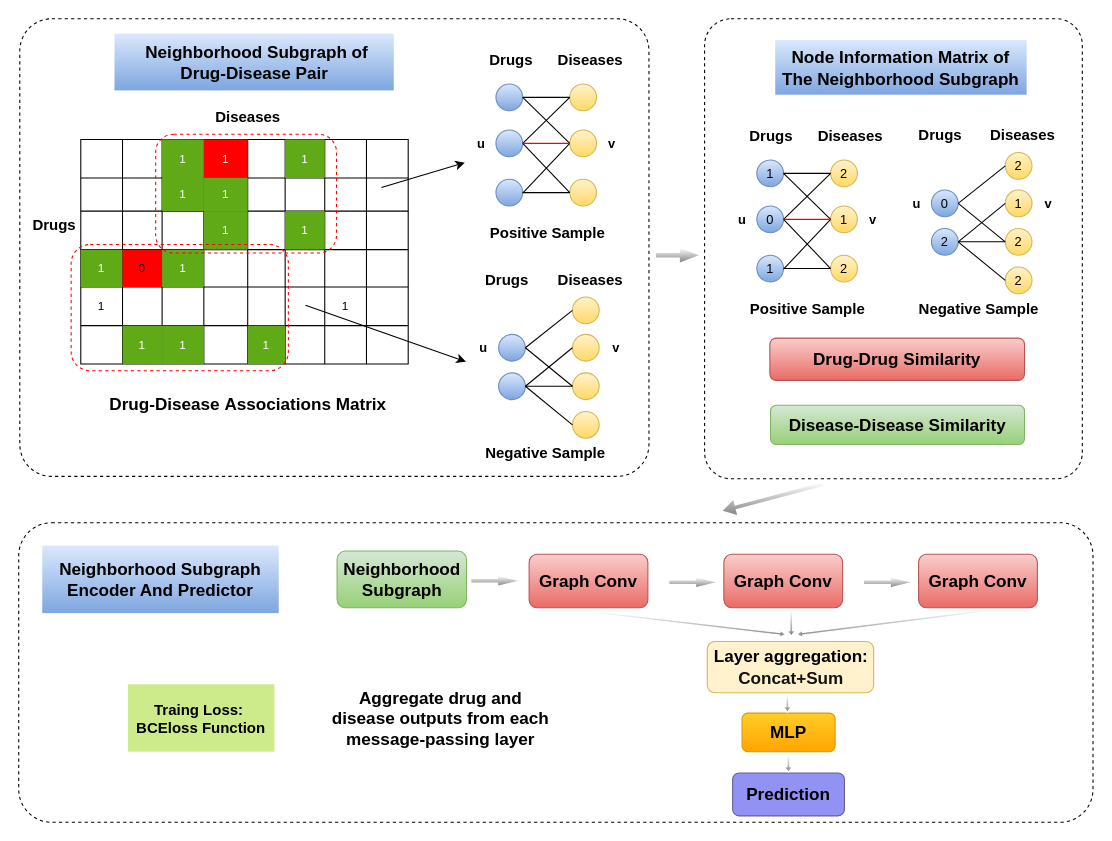
The draw.io diagram page "第 3 页" (3 of 4) of 未命名绘图.drawio in nanfengk/hello-world, before the edit. Source tidied: cells renumbered, new cells numbered last; positions are measured from the earlier drawing's top-left corner, leaving out a move shared by most shapes. Both pictures are drawn from the tidied source at 107%, with x=0, y=0 at pixel (18, 18).
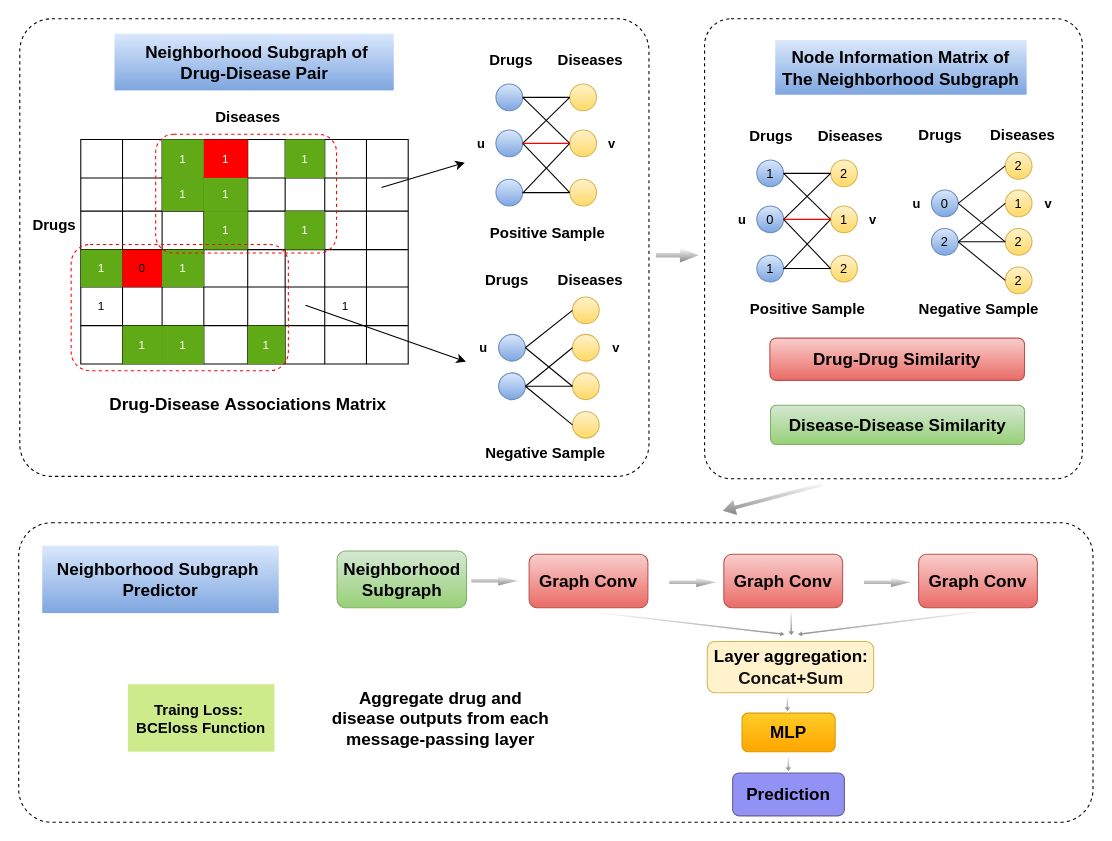
Above is the later version.

What changed in the source:
```diff
@@
-    <mxCell id="156" value="&lt;b style=&quot;font-size: 14px&quot;&gt;&lt;font style=&quot;font-size: 16px&quot;&gt;Neighborhood Subgraph Encoder And Predictor&lt;/font&gt;&lt;/b&gt;" style="rounded=0;whiteSpace=wrap;html=1;shadow=0;dashed=1;sketch=0;fontSize=9;strokeColor=none;strokeWidth=1;fillColor=#dae8fc;gradientColor=#7ea6e0;" parent="1" vertex="1">
+    <mxCell id="156" value="&lt;b style=&quot;font-size: 14px&quot;&gt;&lt;font style=&quot;font-size: 16px&quot;&gt;Neighborhood Subgraph&amp;nbsp; Predictor&lt;/font&gt;&lt;/b&gt;" style="rounded=0;whiteSpace=wrap;html=1;shadow=0;dashed=1;sketch=0;fontSize=9;strokeColor=none;strokeWidth=1;fillColor=#dae8fc;gradientColor=#7ea6e0;" parent="1" vertex="1">
       <mxGeometry x="22" y="492.5" width="221" height="63" as="geometry" />
     </mxCell>
```
